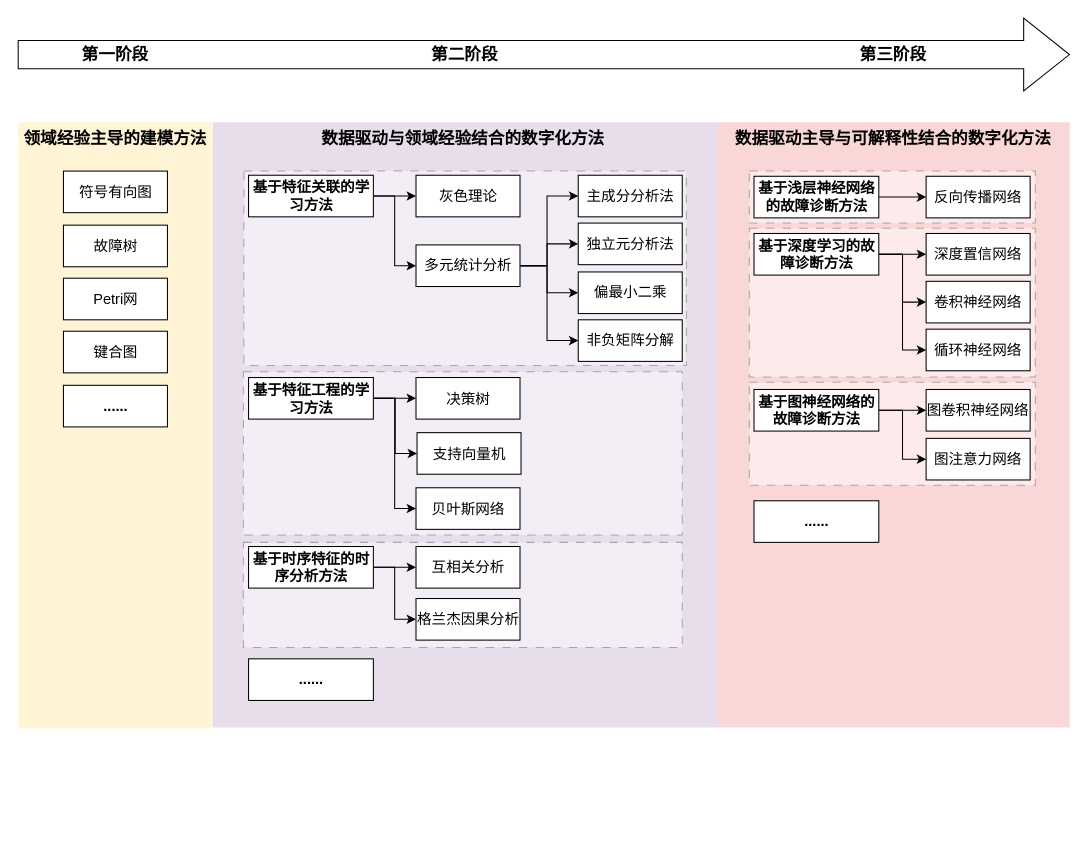
Above: page "第 9 页" (9 of 9) of 故障诊断流程图.drawio in GPlaying/brain_map (draw.io), before the change. Source tidied: cells renumbered, new cells numbered last; positions are measured from the earlier drawing's top-left corner, leaving out a move shared by most shapes. Both pictures are drawn from the tidied source at 104%, with x=0, y=0 at pixel (18, -471).
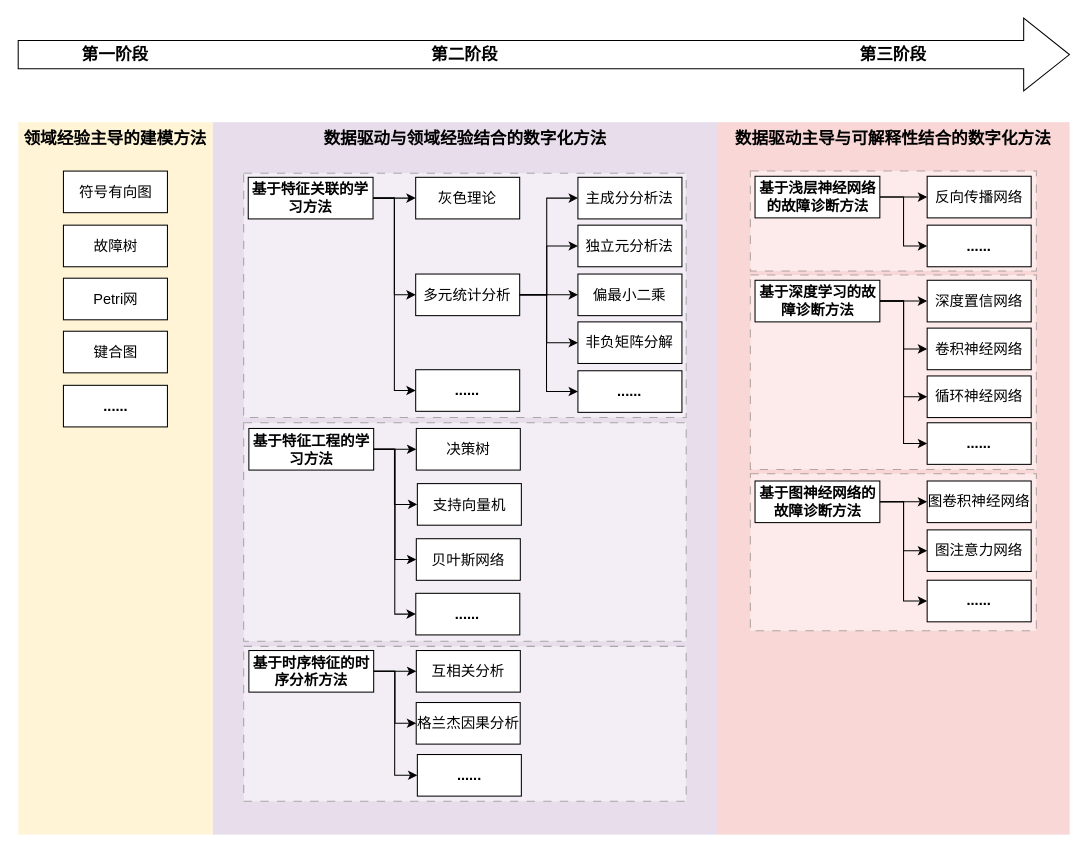
After the change.

Commit message:
更新故障诊断流程图.drawio

Unchanged cells that the change refers to:
```xml
<mxCell id="31" value="主成分分析法" style="rounded=0;whiteSpace=wrap;html=1;fontSize=14;" parent="29" vertex="1">
  <mxGeometry x="156" width="100" height="40" as="geometry" />
</mxCell>
<mxCell id="33" value="独立元分析法" style="rounded=0;whiteSpace=wrap;html=1;fontSize=14;" parent="29" vertex="1">
  <mxGeometry x="156" y="46" width="100" height="40" as="geometry" />
</mxCell>
<mxCell id="35" value="偏最小二乘" style="rounded=0;whiteSpace=wrap;html=1;fontSize=14;" parent="29" vertex="1">
  <mxGeometry x="156" y="93" width="100" height="40" as="geometry" />
</mxCell>
<mxCell id="37" value="非负矩阵分解" style="rounded=0;whiteSpace=wrap;html=1;fontSize=14;" parent="29" vertex="1">
  <mxGeometry x="156" y="139" width="100" height="40" as="geometry" />
</mxCell>
<mxCell id="42" value="基于特征工程的学习方法" style="rounded=0;whiteSpace=wrap;html=1;fontSize=14;fontStyle=1;" parent="40" vertex="1">
  <mxGeometry width="120" height="40" as="geometry" />
</mxCell>
<mxCell id="45" value="支持向量机" style="rounded=0;whiteSpace=wrap;html=1;fontSize=14;" parent="40" vertex="1">
  <mxGeometry x="162" y="53" width="100" height="40" as="geometry" />
</mxCell>
```

The edit, as a diff of the source:
```diff
@@
     <mxCell id="2" style="rounded=0;whiteSpace=wrap;html=1;strokeColor=none;fontSize=16;fillColor=#f8cecc;opacity=80;" parent="1" vertex="1">
-      <mxGeometry x="672" y="570" width="339" height="582" as="geometry" />
+      <mxGeometry x="672" y="570" width="339" height="685" as="geometry" />
     </mxCell>
     <mxCell id="3" style="rounded=0;whiteSpace=wrap;html=1;strokeColor=none;fontSize=16;fillColor=#e1d5e7;opacity=80;" parent="1" vertex="1">
-      <mxGeometry x="187" y="570" width="485" height="582" as="geometry" />
+      <mxGeometry x="187" y="570" width="485" height="685" as="geometry" />
     </mxCell>
@@
     <mxCell id="5" style="rounded=0;whiteSpace=wrap;html=1;strokeColor=none;fontSize=16;fillColor=#fff2cc;opacity=80;" parent="1" vertex="1">
-      <mxGeometry y="570" width="187" height="583" as="geometry" />
+      <mxGeometry y="570" width="187" height="685" as="geometry" />
     </mxCell>
@@
     <mxCell id="11" value="数据驱动与领域经验结合的数字化方法" style="text;html=1;strokeColor=none;fillColor=none;align=center;verticalAlign=middle;whiteSpace=wrap;rounded=0;fontSize=16;fontStyle=1;" parent="1" vertex="1">
-      <mxGeometry x="289.8" y="570" width="275.5" height="30" as="geometry" />
+      <mxGeometry x="291.8" y="570" width="275.5" height="30" as="geometry" />
     </mxCell>
@@
     <mxCell id="17" style="rounded=0;whiteSpace=wrap;html=1;fontSize=14;dashed=1;dashPattern=8 8;strokeWidth=1;opacity=50;strokeColor=#666666;" parent="1" vertex="1">
-      <mxGeometry x="703" y="820" width="275" height="99" as="geometry" />
+      <mxGeometry x="704" y="908" width="275" height="151" as="geometry" />
     </mxCell>
     <mxCell id="18" style="rounded=0;whiteSpace=wrap;html=1;fontSize=14;dashed=1;dashPattern=8 8;strokeWidth=1;opacity=50;strokeColor=#666666;" parent="1" vertex="1">
-      <mxGeometry x="703" y="672" width="275" height="143" as="geometry" />
+      <mxGeometry x="704" y="717" width="275" height="187" as="geometry" />
     </mxCell>
     <mxCell id="19" style="rounded=0;whiteSpace=wrap;html=1;fontSize=14;dashed=1;dashPattern=8 8;strokeWidth=1;opacity=50;strokeColor=#666666;" parent="1" vertex="1">
-      <mxGeometry x="703" y="617" width="275" height="50" as="geometry" />
+      <mxGeometry x="704" y="617" width="275" height="96" as="geometry" />
     </mxCell>
     <mxCell id="20" style="rounded=0;whiteSpace=wrap;html=1;fontSize=14;dashed=1;dashPattern=8 8;strokeWidth=1;opacity=50;strokeColor=#666666;" parent="1" vertex="1">
-      <mxGeometry x="216.5" y="974" width="422" height="101" as="geometry" />
+      <mxGeometry x="216.8" y="1074" width="425.5" height="149" as="geometry" />
     </mxCell>
     <mxCell id="21" style="rounded=0;whiteSpace=wrap;html=1;fontSize=14;dashed=1;dashPattern=8 8;strokeWidth=1;opacity=50;strokeColor=#666666;" parent="1" vertex="1">
-      <mxGeometry x="216.5" y="810" width="422" height="157" as="geometry" />
+      <mxGeometry x="216.8" y="859" width="425.5" height="210" as="geometry" />
     </mxCell>
     <mxCell id="22" style="rounded=0;whiteSpace=wrap;html=1;fontSize=14;dashed=1;dashPattern=8 8;strokeWidth=1;opacity=50;strokeColor=#666666;" parent="1" vertex="1">
-      <mxGeometry x="217" y="617" width="425.5" height="187" as="geometry" />
+      <mxGeometry x="216.8" y="619" width="425.5" height="235" as="geometry" />
     </mxCell>
@@
+    <mxCell id="67" style="edgeStyle=orthogonalEdgeStyle;rounded=0;jettySize=auto;html=1;entryX=0;entryY=0.5;entryDx=0;entryDy=0;fontSize=16;elbow=vertical;" parent="1" edge="1" source="25" target="65">
+      <mxGeometry relative="1" as="geometry" />
+    </mxCell>
     <mxCell id="25" value="基于特征关联的学习方法" style="rounded=0;whiteSpace=wrap;html=1;fontSize=14;fontStyle=1;" parent="1" vertex="1">
-      <mxGeometry x="221.5" y="621" width="120" height="40" as="geometry" />
+      <mxGeometry x="221.2" y="623" width="120" height="40" as="geometry" />
     </mxCell>
@@
+    <mxCell id="68" style="edgeStyle=orthogonalEdgeStyle;rounded=0;jettySize=auto;html=1;entryX=0;entryY=0.5;entryDx=0;entryDy=0;fontSize=16;elbow=vertical;" parent="1" edge="1" source="28" target="72">
+      <mxGeometry relative="1" as="geometry">
+        <Array as="points">
+          <mxPoint x="362" y="1098" />
+          <mxPoint x="362" y="1198" />
+        </Array>
+      </mxGeometry>
+    </mxCell>
     <mxCell id="28" value="基于时序特征的时序分析方法" style="rounded=0;whiteSpace=wrap;html=1;fontSize=14;fontStyle=1;" parent="1" vertex="1">
-      <mxGeometry x="221.5" y="978" width="120" height="40" as="geometry" />
+      <mxGeometry x="221.8" y="1078" width="120" height="40" as="geometry" />
     </mxCell>
     <mxCell id="29" style="group;" parent="1" vertex="1">
-      <mxGeometry x="382.5" y="621" width="256" height="179" as="geometry" />
+      <mxGeometry x="382.2" y="623" width="256" height="179" as="geometry" />
     </mxCell>
     <mxCell id="30" value="多元统计分析" style="rounded=0;whiteSpace=wrap;html=1;fontSize=14;" parent="29" vertex="1">
-      <mxGeometry y="67" width="100" height="40" as="geometry" />
+      <mxGeometry y="93" width="100" height="40" as="geometry" />
     </mxCell>
@@
     <mxCell id="32" style="edgeStyle=orthogonalEdgeStyle;rounded=0;jettySize=auto;html=1;entryX=0;entryY=0.5;entryDx=0;entryDy=0;" parent="29" edge="1" source="30" target="31">
       <mxGeometry relative="1" as="geometry">
         <Array as="points">
-          <mxPoint x="126" y="87" />
+          <mxPoint x="126" y="113" />
           <mxPoint x="126" y="20" />
         </Array>
       </mxGeometry>
     </mxCell>
@@
     <mxCell id="34" style="edgeStyle=orthogonalEdgeStyle;rounded=0;jettySize=auto;html=1;entryX=0;entryY=0.5;entryDx=0;entryDy=0;" parent="29" edge="1" source="30" target="33">
       <mxGeometry relative="1" as="geometry">
         <Array as="points">
-          <mxPoint x="126" y="87" />
+          <mxPoint x="126" y="113" />
           <mxPoint x="126" y="66" />
         </Array>
       </mxGeometry>
     </mxCell>
@@
     <mxCell id="36" style="edgeStyle=orthogonalEdgeStyle;rounded=0;jettySize=auto;html=1;entryX=0;entryY=0.5;entryDx=0;entryDy=0;" parent="29" edge="1" source="30" target="35">
       <mxGeometry relative="1" as="geometry">
         <Array as="points">
-          <mxPoint x="126" y="87" />
-          <mxPoint x="126" y="113" />
+          <mxPoint x="100" y="113" />
+          <mxPoint x="100" y="113" />
         </Array>
       </mxGeometry>
     </mxCell>
@@
     <mxCell id="38" style="edgeStyle=orthogonalEdgeStyle;rounded=0;jettySize=auto;html=1;entryX=0;entryY=0.5;entryDx=0;entryDy=0;" parent="29" edge="1" source="30" target="37">
       <mxGeometry relative="1" as="geometry">
         <Array as="points">
-          <mxPoint x="126" y="87" />
+          <mxPoint x="126" y="113" />
           <mxPoint x="126" y="159" />
         </Array>
       </mxGeometry>
     </mxCell>
@@
+    <mxCell id="48" value="互相关分析" style="rounded=0;whiteSpace=wrap;html=1;fontSize=14;" parent="1" vertex="1">
+      <mxGeometry x="382.8" y="1078" width="100" height="40" as="geometry" />
+    </mxCell>
+    <mxCell id="49" value="格兰杰因果分析" style="rounded=0;whiteSpace=wrap;html=1;fontSize=14;" parent="1" vertex="1">
+      <mxGeometry x="382.7" y="1128" width="100" height="40" as="geometry" />
+    </mxCell>
+    <mxCell id="50" style="edgeStyle=orthogonalEdgeStyle;rounded=0;jettySize=auto;html=1;entryX=0;entryY=0.5;entryDx=0;entryDy=0;elbow=vertical;" parent="1" edge="1" source="51" target="52">
+      <mxGeometry relative="1" as="geometry" />
+    </mxCell>
+    <mxCell id="69" style="edgeStyle=orthogonalEdgeStyle;rounded=0;jettySize=auto;html=1;entryX=0;entryY=0.5;entryDx=0;entryDy=0;fontSize=16;elbow=vertical;" parent="1" edge="1" source="51" target="78">
+      <mxGeometry relative="1" as="geometry" />
+    </mxCell>
+    <mxCell id="51" value="基于浅层神经网络的故障诊断方法" style="rounded=0;whiteSpace=wrap;html=1;fontSize=14;fontStyle=1;" parent="1" vertex="1">
+      <mxGeometry x="708.5" y="622" width="120" height="40" as="geometry" />
+    </mxCell>
+    <mxCell id="52" value="反向传播网络" style="rounded=0;whiteSpace=wrap;html=1;fontSize=14;" parent="1" vertex="1">
+      <mxGeometry x="874" y="622" width="100" height="40" as="geometry" />
+    </mxCell>
+    <mxCell id="53" style="edgeStyle=orthogonalEdgeStyle;rounded=0;jettySize=auto;html=1;entryX=0;entryY=0.5;entryDx=0;entryDy=0;elbow=vertical;" parent="1" edge="1" source="56" target="57">
+      <mxGeometry relative="1" as="geometry" />
+    </mxCell>
+    <mxCell id="54" style="edgeStyle=orthogonalEdgeStyle;rounded=0;jettySize=auto;html=1;entryX=0;entryY=0.5;entryDx=0;entryDy=0;elbow=vertical;" parent="1" edge="1" source="56" target="59">
+      <mxGeometry relative="1" as="geometry" />
+    </mxCell>
+    <mxCell id="55" style="edgeStyle=orthogonalEdgeStyle;rounded=0;jettySize=auto;html=1;entryX=0;entryY=0.5;entryDx=0;entryDy=0;elbow=vertical;" parent="1" edge="1" source="56" target="58">
+      <mxGeometry relative="1" as="geometry" />
+    </mxCell>
+    <mxCell id="70" style="edgeStyle=orthogonalEdgeStyle;rounded=0;jettySize=auto;html=1;entryX=0;entryY=0.5;entryDx=0;entryDy=0;fontSize=16;elbow=vertical;" parent="1" edge="1" source="56" target="79">
+      <mxGeometry relative="1" as="geometry" />
+    </mxCell>
+    <mxCell id="56" value="基于深度学习的故障诊断方法" style="rounded=0;whiteSpace=wrap;html=1;fontSize=14;fontStyle=1;" parent="1" vertex="1">
+      <mxGeometry x="708.5" y="722" width="120" height="40" as="geometry" />
+    </mxCell>
+    <mxCell id="57" value="深度置信网络" style="rounded=0;whiteSpace=wrap;html=1;fontSize=14;" parent="1" vertex="1">
+      <mxGeometry x="874" y="722" width="100" height="40" as="geometry" />
+    </mxCell>
+    <mxCell id="58" value="卷积神经网络" style="rounded=0;whiteSpace=wrap;html=1;fontSize=14;" parent="1" vertex="1">
+      <mxGeometry x="874" y="768" width="100" height="40" as="geometry" />
+    </mxCell>
+    <mxCell id="59" value="循环神经网络" style="rounded=0;whiteSpace=wrap;html=1;fontSize=14;" parent="1" vertex="1">
+      <mxGeometry x="874" y="814" width="100" height="40" as="geometry" />
+    </mxCell>
+    <mxCell id="60" style="edgeStyle=orthogonalEdgeStyle;rounded=0;jettySize=auto;html=1;entryX=0;entryY=0.5;entryDx=0;entryDy=0;elbow=vertical;" parent="1" edge="1" source="62" target="63">
+      <mxGeometry relative="1" as="geometry" />
+    </mxCell>
+    <mxCell id="61" style="edgeStyle=orthogonalEdgeStyle;rounded=0;jettySize=auto;html=1;entryX=0;entryY=0.5;entryDx=0;entryDy=0;elbow=vertical;" parent="1" edge="1" source="62" target="64">
+      <mxGeometry relative="1" as="geometry" />
+    </mxCell>
+    <mxCell id="71" style="edgeStyle=orthogonalEdgeStyle;rounded=0;jettySize=auto;html=1;entryX=0;entryY=0.5;entryDx=0;entryDy=0;fontSize=16;elbow=vertical;" parent="1" edge="1" source="62" target="80">
+      <mxGeometry relative="1" as="geometry" />
+    </mxCell>
+    <mxCell id="62" value="基于图神经网络的故障诊断方法" style="rounded=0;whiteSpace=wrap;html=1;fontSize=14;fontStyle=1;" parent="1" vertex="1">
+      <mxGeometry x="708.5" y="915" width="120" height="40" as="geometry" />
+    </mxCell>
+    <mxCell id="63" value="图卷积神经网络" style="rounded=0;whiteSpace=wrap;html=1;fontSize=14;" parent="1" vertex="1">
+      <mxGeometry x="874" y="915" width="100" height="40" as="geometry" />
+    </mxCell>
+    <mxCell id="64" value="图注意力网络" style="rounded=0;whiteSpace=wrap;html=1;fontSize=14;" parent="1" vertex="1">
+      <mxGeometry x="874" y="962" width="100" height="40" as="geometry" />
+    </mxCell>
+    <mxCell id="72" value="&lt;b&gt;......&lt;/b&gt;" style="rounded=0;whiteSpace=wrap;html=1;fontSize=14;" parent="1" vertex="1">
+      <mxGeometry x="383.8" y="1178" width="100" height="40" as="geometry" />
+    </mxCell>
+    <mxCell id="73" value="&lt;b&gt;......&lt;/b&gt;" style="rounded=0;whiteSpace=wrap;html=1;fontSize=14;" parent="1" vertex="1">
+      <mxGeometry x="538.2" y="809" width="100" height="40" as="geometry" />
+    </mxCell>
+    <mxCell id="74" style="edgeStyle=orthogonalEdgeStyle;rounded=0;jettySize=auto;html=1;entryX=0;entryY=0.5;entryDx=0;entryDy=0;fontSize=16;elbow=vertical;" parent="1" edge="1" source="30" target="73">
+      <mxGeometry relative="1" as="geometry">
+        <Array as="points">
+          <mxPoint x="508" y="736" />
+          <mxPoint x="508" y="829" />
+        </Array>
+      </mxGeometry>
+    </mxCell>
+    <mxCell id="75" style="group;" parent="1" vertex="1">
+      <mxGeometry x="221.8" y="864.5" width="262" height="198.5" as="geometry" />
+    </mxCell>
-    <mxCell id="40" style="group;" parent="1" vertex="1">
-      <mxGeometry x="221.5" y="815.5" width="262" height="146" as="geometry" />
+    <mxCell id="40" style="group;" parent="75" vertex="1">
+      <mxGeometry width="262" height="146" as="geometry" />
     </mxCell>
     <mxCell id="41" style="edgeStyle=orthogonalEdgeStyle;rounded=0;jettySize=auto;html=1;entryX=0;entryY=0.5;entryDx=0;entryDy=0;elbow=vertical;" parent="40" edge="1" source="42" target="45">
-      <mxGeometry relative="1" as="geometry" />
+      <mxGeometry relative="1" as="geometry">
+        <Array as="points">
+          <mxPoint x="140" y="20" />
+          <mxPoint x="140" y="73" />
+        </Array>
+      </mxGeometry>
     </mxCell>
@@
-    <mxCell id="48" value="互相关分析" style="rounded=0;whiteSpace=wrap;html=1;fontSize=14;" parent="1" vertex="1">
-      <mxGeometry x="382.5" y="978" width="100" height="40" as="geometry" />
-    </mxCell>
-    <mxCell id="49" value="格兰杰因果分析" style="rounded=0;whiteSpace=wrap;html=1;fontSize=14;" parent="1" vertex="1">
-      <mxGeometry x="382.5" y="1028" width="100" height="40" as="geometry" />
-    </mxCell>
-    <mxCell id="50" style="edgeStyle=orthogonalEdgeStyle;rounded=0;jettySize=auto;html=1;entryX=0;entryY=0.5;entryDx=0;entryDy=0;elbow=vertical;" parent="1" edge="1" source="51" target="52">
-      <mxGeometry relative="1" as="geometry" />
-    </mxCell>
-    <mxCell id="51" value="基于浅层神经网络的故障诊断方法" style="rounded=0;whiteSpace=wrap;html=1;fontSize=14;fontStyle=1;" parent="1" vertex="1">
-      <mxGeometry x="707.5" y="622" width="120" height="40" as="geometry" />
-    </mxCell>
-    <mxCell id="52" value="反向传播网络" style="rounded=0;whiteSpace=wrap;html=1;fontSize=14;" parent="1" vertex="1">
-      <mxGeometry x="873" y="622" width="100" height="40" as="geometry" />
-    </mxCell>
-    <mxCell id="53" style="edgeStyle=orthogonalEdgeStyle;rounded=0;jettySize=auto;html=1;entryX=0;entryY=0.5;entryDx=0;entryDy=0;elbow=vertical;" parent="1" edge="1" source="56" target="57">
-      <mxGeometry relative="1" as="geometry" />
-    </mxCell>
-    <mxCell id="54" style="edgeStyle=orthogonalEdgeStyle;rounded=0;jettySize=auto;html=1;entryX=0;entryY=0.5;entryDx=0;entryDy=0;elbow=vertical;" parent="1" edge="1" source="56" target="59">
-      <mxGeometry relative="1" as="geometry" />
-    </mxCell>
-    <mxCell id="55" style="edgeStyle=orthogonalEdgeStyle;rounded=0;jettySize=auto;html=1;entryX=0;entryY=0.5;entryDx=0;entryDy=0;elbow=vertical;" parent="1" edge="1" source="56" target="58">
-      <mxGeometry relative="1" as="geometry" />
-    </mxCell>
-    <mxCell id="56" value="基于深度学习的故障诊断方法" style="rounded=0;whiteSpace=wrap;html=1;fontSize=14;fontStyle=1;" parent="1" vertex="1">
-      <mxGeometry x="707.5" y="677" width="120" height="40" as="geometry" />
-    </mxCell>
-    <mxCell id="57" value="深度置信网络" style="rounded=0;whiteSpace=wrap;html=1;fontSize=14;" parent="1" vertex="1">
-      <mxGeometry x="873" y="677" width="100" height="40" as="geometry" />
-    </mxCell>
-    <mxCell id="58" value="卷积神经网络" style="rounded=0;whiteSpace=wrap;html=1;fontSize=14;" parent="1" vertex="1">
-      <mxGeometry x="873" y="723" width="100" height="40" as="geometry" />
-    </mxCell>
-    <mxCell id="59" value="循环神经网络" style="rounded=0;whiteSpace=wrap;html=1;fontSize=14;" parent="1" vertex="1">
-      <mxGeometry x="873" y="769" width="100" height="40" as="geometry" />
-    </mxCell>
-    <mxCell id="60" style="edgeStyle=orthogonalEdgeStyle;rounded=0;jettySize=auto;html=1;entryX=0;entryY=0.5;entryDx=0;entryDy=0;elbow=vertical;" parent="1" edge="1" source="62" target="63">
-      <mxGeometry relative="1" as="geometry" />
-    </mxCell>
-    <mxCell id="61" style="edgeStyle=orthogonalEdgeStyle;rounded=0;jettySize=auto;html=1;entryX=0;entryY=0.5;entryDx=0;entryDy=0;elbow=vertical;" parent="1" edge="1" source="62" target="64">
-      <mxGeometry relative="1" as="geometry" />
-    </mxCell>
-    <mxCell id="62" value="基于图神经网络的故障诊断方法" style="rounded=0;whiteSpace=wrap;html=1;fontSize=14;fontStyle=1;" parent="1" vertex="1">
-      <mxGeometry x="707.5" y="827" width="120" height="40" as="geometry" />
-    </mxCell>
-    <mxCell id="63" value="图卷积神经网络" style="rounded=0;whiteSpace=wrap;html=1;fontSize=14;" parent="1" vertex="1">
-      <mxGeometry x="873" y="827" width="100" height="40" as="geometry" />
-    </mxCell>
-    <mxCell id="64" value="图注意力网络" style="rounded=0;whiteSpace=wrap;html=1;fontSize=14;" parent="1" vertex="1">
-      <mxGeometry x="873" y="874" width="100" height="40" as="geometry" />
-    </mxCell>
+    <mxCell id="76" value="&lt;b style=&quot;border-color: var(--border-color);&quot;&gt;......&lt;/b&gt;" style="rounded=0;whiteSpace=wrap;html=1;fontSize=14;" parent="75" vertex="1">
+      <mxGeometry x="160.5" y="158.5" width="100" height="40" as="geometry" />
+    </mxCell>
+    <mxCell id="77" style="edgeStyle=orthogonalEdgeStyle;rounded=0;jettySize=auto;html=1;entryX=0;entryY=0.5;entryDx=0;entryDy=0;fontSize=16;elbow=vertical;" parent="75" edge="1" source="42" target="76">
+      <mxGeometry relative="1" as="geometry" />
+    </mxCell>
+    <mxCell id="78" value="&lt;b&gt;......&lt;/b&gt;" style="rounded=0;whiteSpace=wrap;html=1;fontSize=14;" parent="1" vertex="1">
+      <mxGeometry x="874" y="669" width="100" height="40" as="geometry" />
+    </mxCell>
+    <mxCell id="79" value="&lt;b&gt;......&lt;/b&gt;" style="rounded=0;whiteSpace=wrap;html=1;fontSize=14;" parent="1" vertex="1">
+      <mxGeometry x="874" y="859" width="100" height="40" as="geometry" />
+    </mxCell>
+    <mxCell id="80" value="&lt;b&gt;......&lt;/b&gt;" style="rounded=0;whiteSpace=wrap;html=1;fontSize=14;" parent="1" vertex="1">
+      <mxGeometry x="874" y="1010.4" width="100" height="40" as="geometry" />
+    </mxCell>
     <mxCell id="65" value="&lt;b&gt;......&lt;/b&gt;" style="rounded=0;whiteSpace=wrap;html=1;fontSize=14;" parent="1" vertex="1">
-      <mxGeometry x="221.5" y="1086" width="120" height="40" as="geometry" />
+      <mxGeometry x="382.2" y="808" width="100" height="40" as="geometry" />
     </mxCell>
-    <mxCell id="66" value="&lt;b&gt;......&lt;/b&gt;" style="rounded=0;whiteSpace=wrap;html=1;fontSize=14;" parent="1" vertex="1">
-      <mxGeometry x="707.5" y="934" width="120" height="40" as="geometry" />
-    </mxCell>
```
